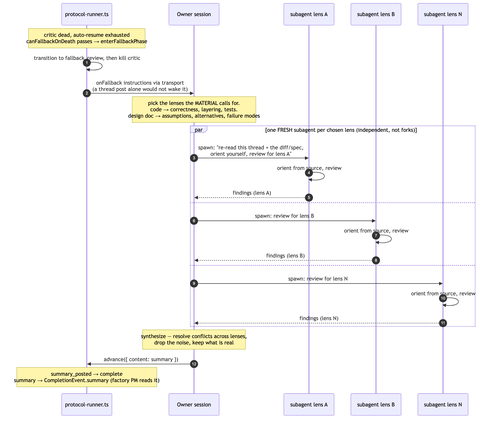
The Mermaid diagram diagrams/flow-review-fallback.png in sf8193/hydra, before a commit. Its source is kept beside it as diagrams/flow-review-fallback.mmd.
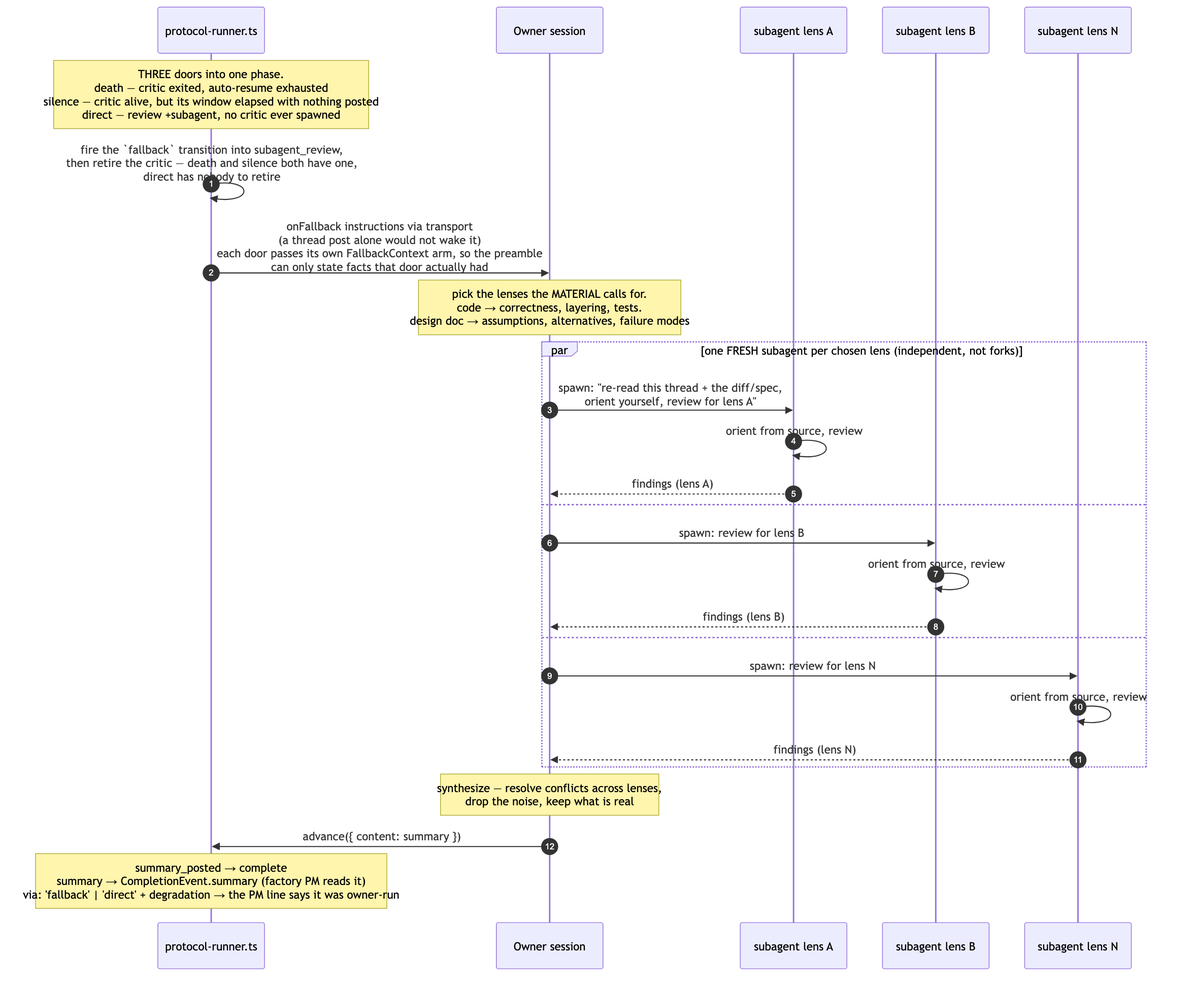
Later version of the same file.

Diff of the diagram source:
```diff
@@ -7,9 +7,9 @@
     participant LB as subagent lens B
     participant LN as subagent lens N
 
-    Note over PR: critic dead, auto-resume exhausted<br/>canFallbackOnDeath passes → enterFallbackPhase
-    PR->>PR: transition to fallback_review, then kill critic
-    PR->>Owner: onFallback instructions via transport<br/>(a thread post alone would not wake it)
+    Note over PR: THREE doors into one phase.<br/>death — critic exited, auto-resume exhausted<br/>silence — critic alive, but its window elapsed with nothing posted<br/>direct — review +subagent, no critic ever spawned
+    PR->>PR: fire the `fallback` transition into subagent_review,<br/>then retire the critic — death and silence both have one,<br/>direct has nobody to retire
+    PR->>Owner: onFallback instructions via transport<br/>(a thread post alone would not wake it)<br/>each door passes its own FallbackContext arm, so the preamble<br/>can only state facts that door actually had
 
     Note over Owner: pick the lenses the MATERIAL calls for.<br/>code → correctness, layering, tests.<br/>design doc → assumptions, alternatives, failure modes
 
@@ -29,4 +29,4 @@
 
     Note over Owner: synthesize — resolve conflicts across lenses,<br/>drop the noise, keep what is real
     Owner->>PR: advance({ content: summary })
-    Note over PR: summary_posted → complete<br/>summary → CompletionEvent.summary (factory PM reads it)
+    Note over PR: summary_posted → complete<br/>summary → CompletionEvent.summary (factory PM reads it)<br/>via: 'fallback' | 'direct' + degradation → the PM line says it was owner-run
```
